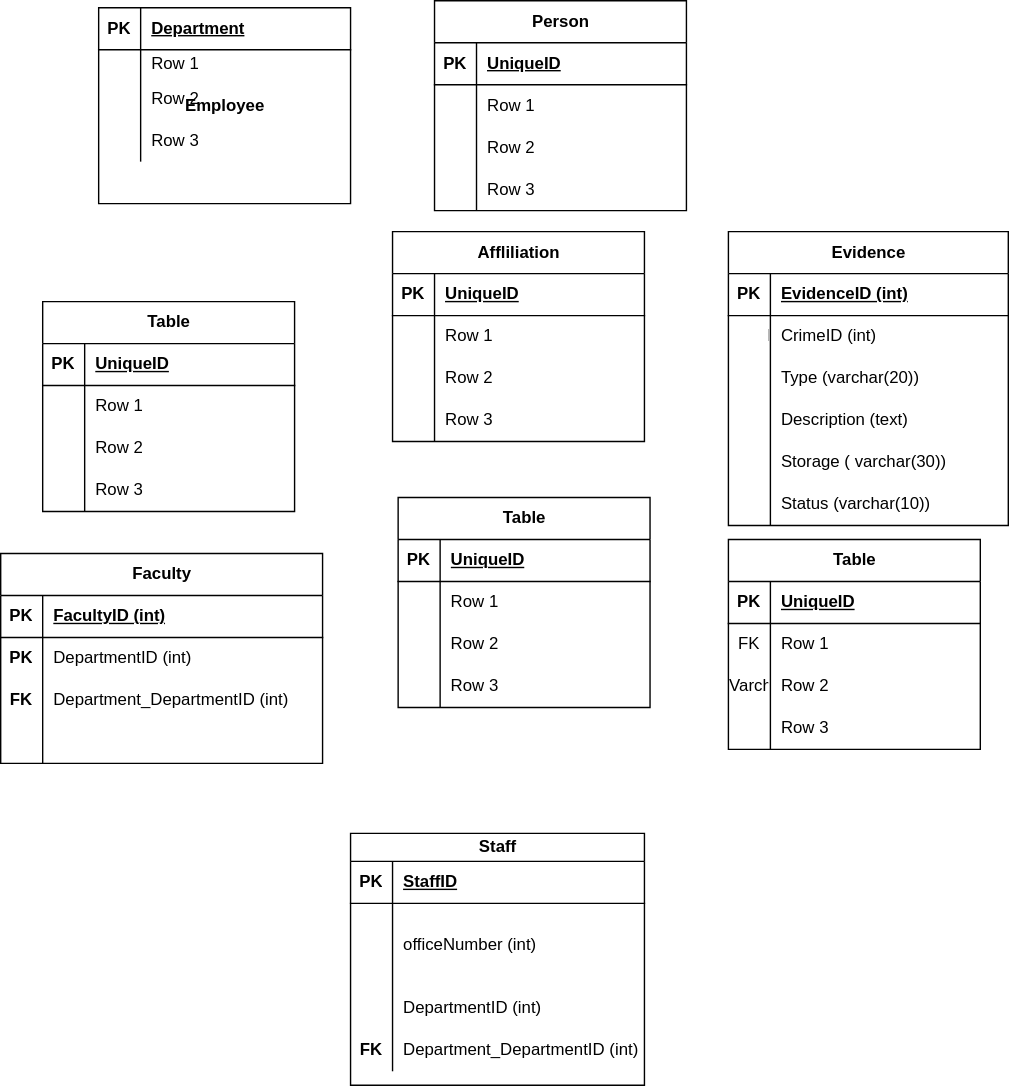
This is Untitled Diagram.drawio.svg from Priscile2/Diagrams, a draw.io export, as it was before one commit. Source tidied: cells renumbered, new cells last; positions are measured from the earlier drawing's top-left corner, leaving out a move shared by most shapes.
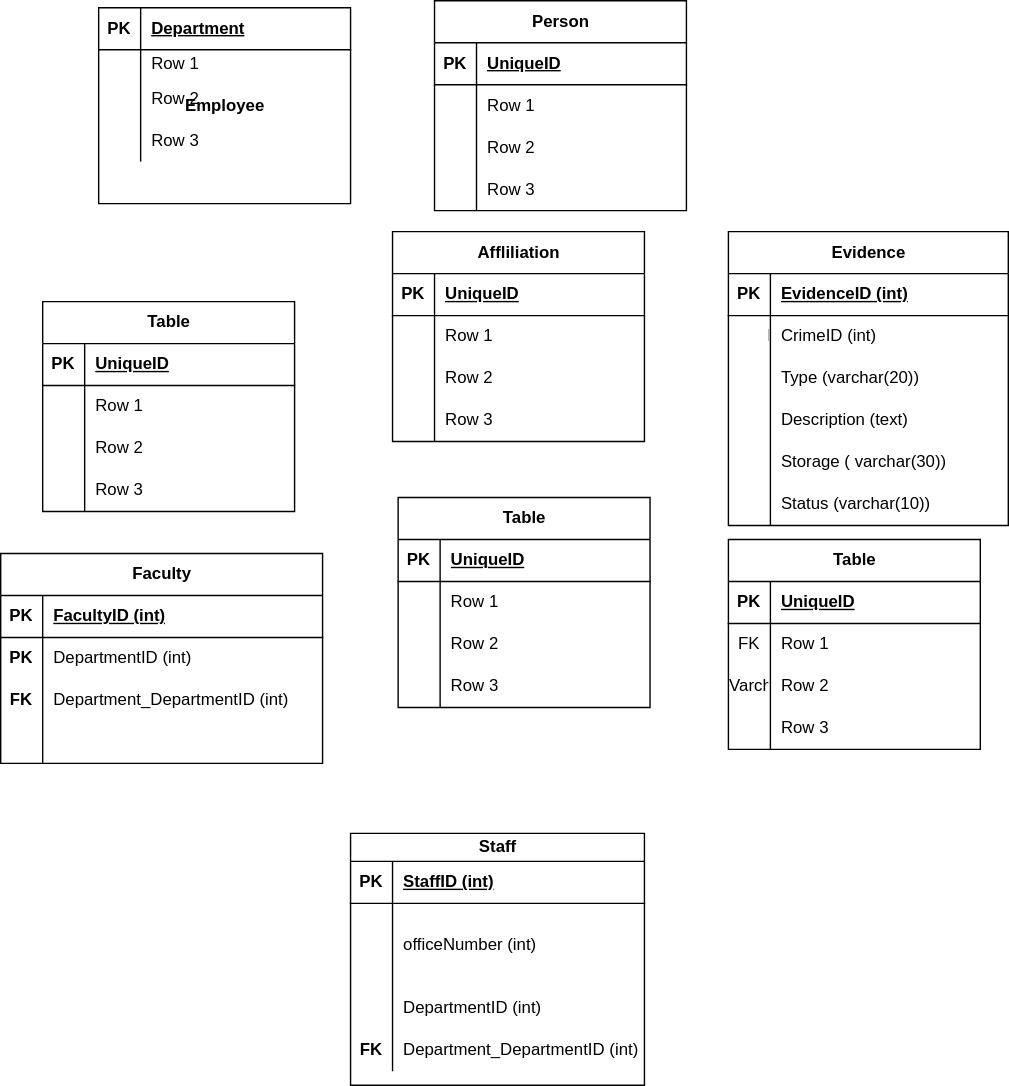
After the commit.

Change to the diagram source:
```diff
@@ -341,7 +341,7 @@
     <mxCell id="114" value="PK" style="shape=partialRectangle;fillColor=none;top=0;left=0;bottom=0;right=0;fontStyle=1;overflow=hidden;whiteSpace=wrap;html=1;" parent="113" vertex="1">
       <mxGeometry width="30" height="30" as="geometry" />
     </mxCell>
-    <mxCell id="115" value="StaffID" style="shape=partialRectangle;fillColor=none;top=0;left=0;bottom=0;right=0;align=left;spacingLeft=6;fontStyle=5;overflow=hidden;whiteSpace=wrap;html=1;" parent="113" vertex="1">
+    <mxCell id="115" value="StaffID (int)" style="shape=partialRectangle;fillColor=none;top=0;left=0;bottom=0;right=0;align=left;spacingLeft=6;fontStyle=5;overflow=hidden;whiteSpace=wrap;html=1;" parent="113" vertex="1">
       <mxGeometry x="30" width="180" height="30" as="geometry" />
     </mxCell>
     <mxCell id="116" style="shape=tableRow;horizontal=0;startSize=0;swimlaneHead=0;swimlaneBody=0;fillColor=none;top=0;left=0;right=0;bottom=0;" parent="112" vertex="1">
```
